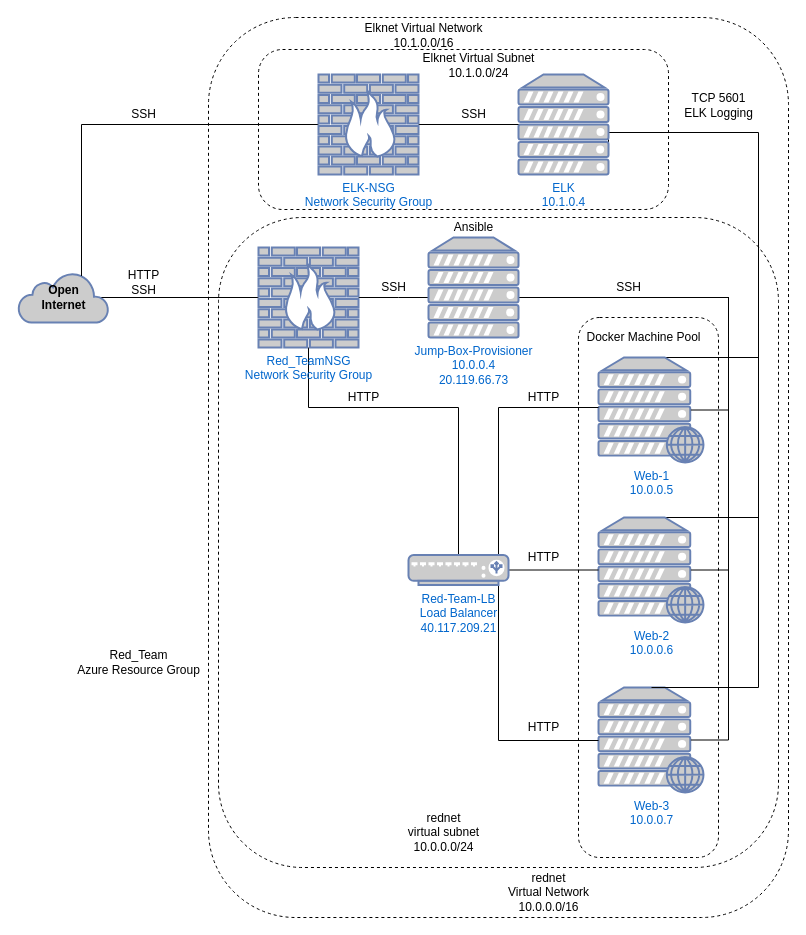
This is diagrams/Azure_Env.drawio from crashtrtle/UCI-CS-Project1, a draw.io file, before an edit. Source tidied: cells renumbered, new cells numbered last; positions are measured from the earlier drawing's top-left corner, leaving out a move shared by most shapes. Both pictures are drawn from the tidied source at 100%, with x=0, y=0 at pixel (18, 17).
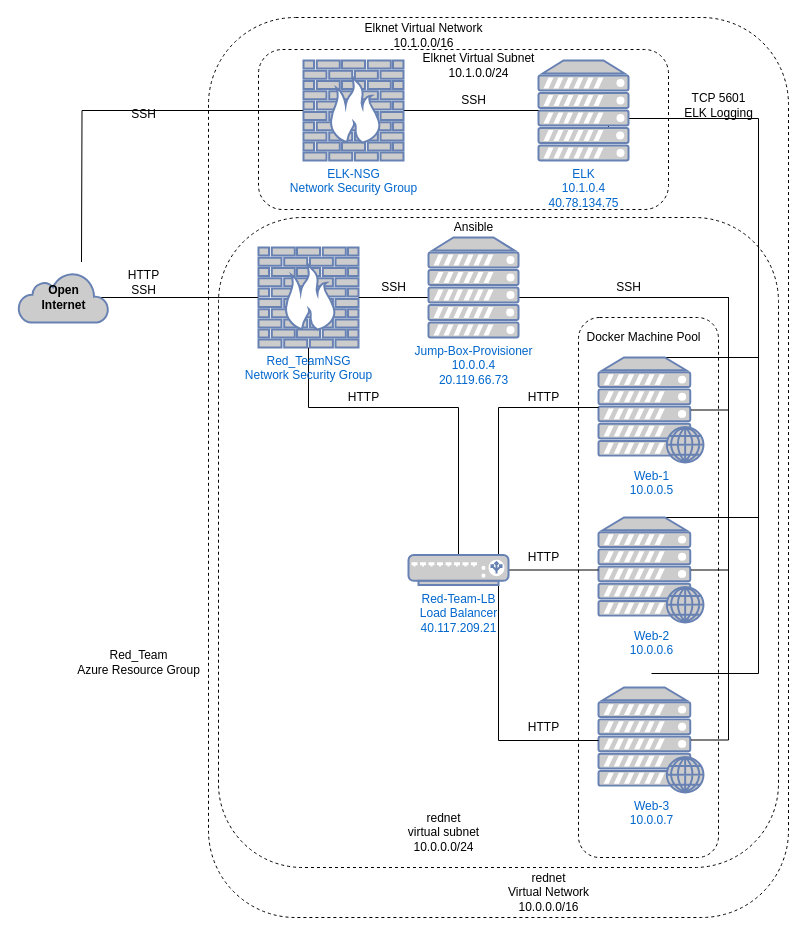
The same page after the edit.

Unchanged cells that the change refers to:
```xml
<mxCell id="31" value="&lt;font color=&quot;#000000&quot;&gt;&lt;b&gt;Open&lt;br&gt;Internet&lt;/b&gt;&lt;/font&gt;" style="html=1;outlineConnect=0;fillColor=#CCCCCC;strokeColor=#6881B3;gradientColor=none;gradientDirection=north;strokeWidth=2;shape=mxgraph.networks.cloud;fontColor=#ffffff;spacing=2;" parent="1" vertex="1">
  <mxGeometry y="255" width="90" height="50" as="geometry" />
</mxCell>
```

What changed in the source:
```diff
@@
     <mxCell id="36" style="edgeStyle=orthogonalEdgeStyle;rounded=0;orthogonalLoop=1;jettySize=auto;html=1;exitX=1;exitY=0.5;exitDx=0;exitDy=0;exitPerimeter=0;endArrow=none;endFill=0;strokeColor=default;" parent="1" edge="1">
       <mxGeometry relative="1" as="geometry">
-        <mxPoint x="590" y="128" as="sourcePoint" />
-        <mxPoint x="633" y="670" as="targetPoint" />
+        <mxPoint x="590" y="114" as="sourcePoint" />
+        <mxPoint x="633" y="656" as="targetPoint" />
         <Array as="points">
-          <mxPoint x="590" y="115" />
-          <mxPoint x="740" y="115" />
-          <mxPoint x="740" y="670" />
-          <mxPoint x="633" y="670" />
+          <mxPoint x="590" y="101" />
+          <mxPoint x="740" y="101" />
+          <mxPoint x="740" y="656" />
+          <mxPoint x="633" y="656" />
         </Array>
       </mxGeometry>
     </mxCell>
-    <mxCell id="37" value="ELK&lt;br&gt;10.1.0.4" style="fontColor=#0066CC;verticalAlign=top;verticalLabelPosition=bottom;labelPosition=center;align=center;html=1;outlineConnect=0;fillColor=#CCCCCC;strokeColor=#6881B3;gradientColor=none;gradientDirection=north;strokeWidth=2;shape=mxgraph.networks.server;" parent="1" vertex="1">
-      <mxGeometry x="500" y="57" width="90" height="100" as="geometry" />
+    <mxCell id="37" value="ELK&lt;br&gt;10.1.0.4&lt;br&gt;40.78.134.75" style="fontColor=#0066CC;verticalAlign=top;verticalLabelPosition=bottom;labelPosition=center;align=center;html=1;outlineConnect=0;fillColor=#CCCCCC;strokeColor=#6881B3;gradientColor=none;gradientDirection=north;strokeWidth=2;shape=mxgraph.networks.server;" parent="1" vertex="1">
+      <mxGeometry x="520" y="43" width="90" height="100" as="geometry" />
     </mxCell>
@@
-    <mxCell id="39" style="edgeStyle=orthogonalEdgeStyle;rounded=0;jettySize=auto;html=1;exitX=0;exitY=0.5;exitDx=0;exitDy=0;exitPerimeter=0;entryX=0.7;entryY=0.07;entryDx=0;entryDy=0;entryPerimeter=0;endArrow=none;endFill=0;strokeColor=default;" parent="1" edge="1" source="40" target="31">
-      <mxGeometry relative="1" as="geometry" />
+    <mxCell id="39" style="edgeStyle=orthogonalEdgeStyle;rounded=0;jettySize=auto;html=1;exitX=0;exitY=0.5;exitDx=0;exitDy=0;exitPerimeter=0;entryX=0.7;entryY=0.07;entryDx=0;entryDy=0;entryPerimeter=0;endArrow=none;endFill=0;strokeColor=default;" parent="1" edge="1" source="40">
+      <mxGeometry relative="1" as="geometry">
+        <mxPoint x="63" y="244.5" as="targetPoint" />
+      </mxGeometry>
     </mxCell>
     <mxCell id="40" value="ELK-NSG&lt;br&gt;Network Security Group" style="fontColor=#0066CC;verticalAlign=top;verticalLabelPosition=bottom;labelPosition=center;align=center;html=1;outlineConnect=0;fillColor=#CCCCCC;strokeColor=#6881B3;gradientColor=none;gradientDirection=north;strokeWidth=2;shape=mxgraph.networks.firewall;" parent="1" vertex="1">
-      <mxGeometry x="300" y="57" width="100" height="100" as="geometry" />
+      <mxGeometry x="285" y="43" width="100" height="100" as="geometry" />
     </mxCell>
     <mxCell id="41" value="SSH" style="text;html=1;align=center;verticalAlign=middle;strokeColor=none;fillColor=none;" parent="1" vertex="1">
-      <mxGeometry x="435" y="87" width="40" height="20" as="geometry" />
+      <mxGeometry x="435" y="73" width="40" height="20" as="geometry" />
     </mxCell>
```
